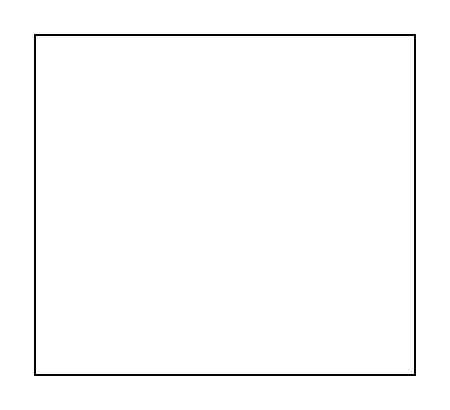
Above: Untitled Diagram.drawio in eunjun9/semiproject (draw.io), before the change. Source tidied: cells renumbered, new cells numbered last; positions are measured from the earlier drawing's top-left corner, leaving out a move shared by most shapes. Both pictures are drawn from the tidied source at 200%, with x=0, y=0 at pixel (34, 34).
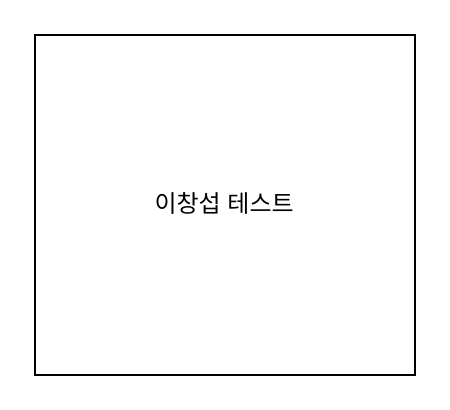
Above is the later version.

Commit message:
이창섭테스트2

What changed in the source:
```diff
@@
 <mxGraphModel>
   <root>
     <mxCell id="0" />
     <mxCell id="1" parent="0" />
-    <mxCell id="2" style="rounded=0;whiteSpace=wrap;html=1;" parent="1" vertex="1">
+    <mxCell id="2" value="이창섭 테스트" style="rounded=0;whiteSpace=wrap;html=1;" parent="1" vertex="1">
       <mxGeometry width="190" height="170" as="geometry" />
     </mxCell>
   </root>
 </mxGraphModel>
```
